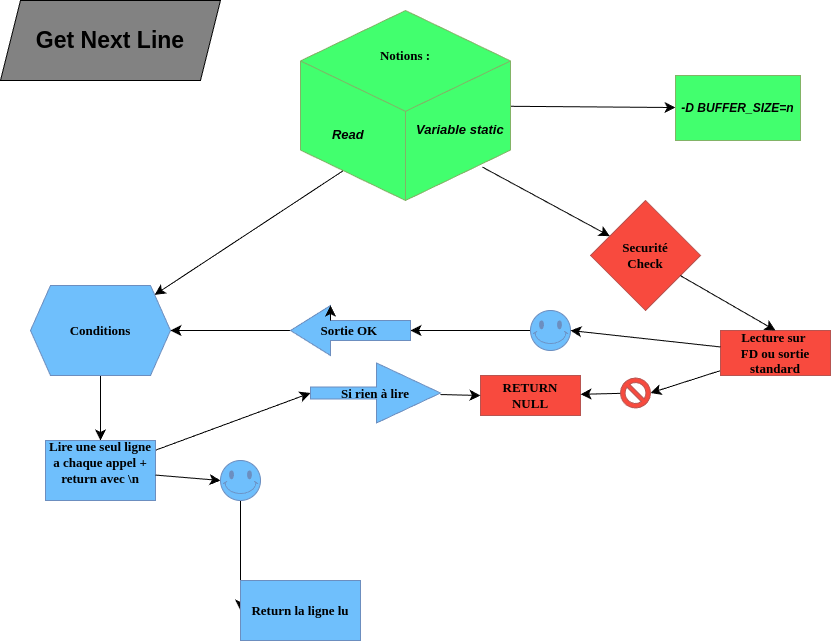
Before: getnext.drawio.png, a diagram exported from draw.io (Lyricallll/get_next_line). Source tidied: cells renumbered, new cells last; positions are measured from the earlier drawing's top-left corner, leaving out a move shared by most shapes.
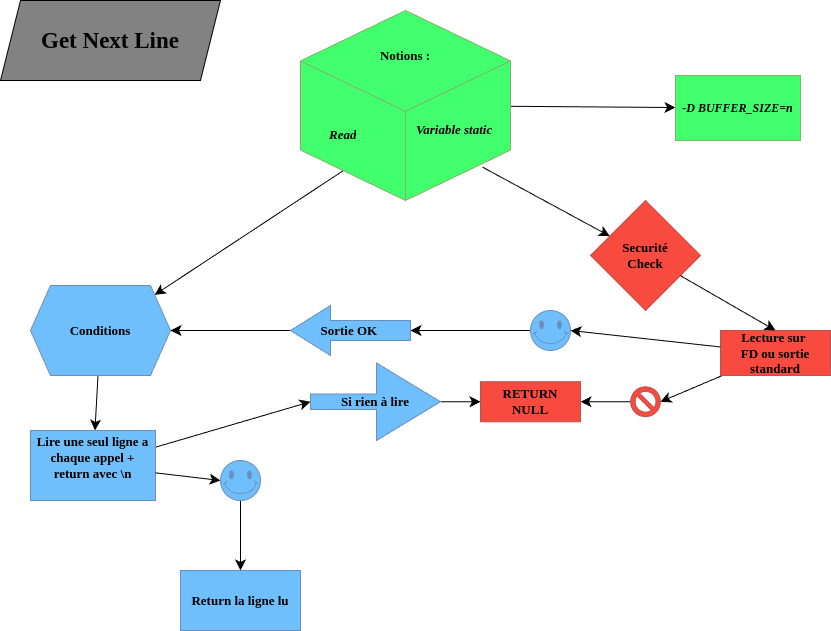
The same diagram one commit later.

What changed in the source:
```diff
@@ -2,102 +2,99 @@
   <root>
     <mxCell id="0" />
     <mxCell id="1" parent="0" />
-    <mxCell id="2" style="edgeStyle=none;curved=1;rounded=0;jettySize=auto;html=1;fontSize=12;startSize=8;endSize=8;exitX=0.866;exitY=0.824;exitDx=0;exitDy=0;exitPerimeter=0;" parent="1" edge="1" source="9" target="5">
+    <mxCell id="2" style="edgeStyle=none;curved=1;rounded=0;jettySize=auto;html=1;fontSize=12;startSize=8;endSize=8;exitX=0.866;exitY=0.824;exitDx=0;exitDy=0;exitPerimeter=0;fontFamily=Lucida Console;" parent="1" edge="1" source="9" target="5">
       <mxGeometry relative="1" as="geometry" />
     </mxCell>
-    <mxCell id="3" style="edgeStyle=none;curved=1;rounded=0;jettySize=auto;html=1;fontSize=12;startSize=8;endSize=8;exitX=0.224;exitY=0.828;exitDx=0;exitDy=0;exitPerimeter=0;" parent="1" edge="1" source="9" target="7">
+    <mxCell id="3" style="edgeStyle=none;curved=1;rounded=0;jettySize=auto;html=1;fontSize=12;startSize=8;endSize=8;exitX=0.224;exitY=0.828;exitDx=0;exitDy=0;exitPerimeter=0;fontFamily=Lucida Console;" parent="1" edge="1" source="9" target="7">
       <mxGeometry relative="1" as="geometry" />
     </mxCell>
-    <mxCell id="4" value="Get Next Line" style="shape=parallelogram;perimeter=parallelogramPerimeter;whiteSpace=wrap;html=1;fixedSize=1;fontStyle=1;fontSize=23;fillColor=#828282;" parent="1" vertex="1">
+    <mxCell id="4" value="Get Next Line" style="shape=parallelogram;perimeter=parallelogramPerimeter;whiteSpace=wrap;html=1;fixedSize=1;fontStyle=1;fontSize=23;fillColor=#828282;fontFamily=Lucida Console;" parent="1" vertex="1">
       <mxGeometry width="220" height="80" as="geometry" />
     </mxCell>
-    <mxCell id="5" value="Securité&lt;div&gt;Check&lt;/div&gt;" style="rhombus;whiteSpace=wrap;html=1;fontSize=13;fontFamily=Verdana;verticalAlign=middle;fillColor=#F84A3E;fontStyle=1;startSize=26;swimlaneFillColor=#ffffff;rounded=0;shadow=0;comic=0;labelBackgroundColor=none;strokeWidth=1;strokeColor=#b85450;" parent="1" vertex="1">
+    <mxCell id="5" value="Securité&lt;div&gt;Check&lt;/div&gt;" style="rhombus;whiteSpace=wrap;html=1;fontSize=13;fontFamily=Lucida Console;verticalAlign=middle;fillColor=#F84A3E;fontStyle=1;startSize=26;swimlaneFillColor=#ffffff;rounded=0;shadow=0;comic=0;labelBackgroundColor=none;strokeWidth=1;strokeColor=#b85450;" parent="1" vertex="1">
       <mxGeometry x="590" y="200" width="110" height="110" as="geometry" />
     </mxCell>
-    <mxCell id="6" style="edgeStyle=none;curved=1;rounded=0;jettySize=auto;html=1;fontSize=12;startSize=8;endSize=8;" parent="1" edge="1" source="7" target="15">
+    <mxCell id="6" style="edgeStyle=none;curved=1;rounded=0;jettySize=auto;html=1;fontSize=12;startSize=8;endSize=8;fontFamily=Lucida Console;" parent="1" edge="1" source="7" target="15">
       <mxGeometry relative="1" as="geometry" />
     </mxCell>
-    <mxCell id="7" value="Conditions" style="shape=hexagon;perimeter=hexagonPerimeter2;whiteSpace=wrap;html=1;fixedSize=1;fontSize=13;fontFamily=Verdana;verticalAlign=middle;fillColor=#6FBFFC;fontStyle=1;startSize=26;swimlaneFillColor=#ffffff;rounded=0;shadow=0;comic=0;labelBackgroundColor=none;strokeWidth=1;strokeColor=#6c8ebf;" parent="1" vertex="1">
+    <mxCell id="7" value="Conditions" style="shape=hexagon;perimeter=hexagonPerimeter2;whiteSpace=wrap;html=1;fixedSize=1;fontSize=13;fontFamily=Lucida Console;verticalAlign=middle;fillColor=#6FBFFC;fontStyle=1;startSize=26;swimlaneFillColor=#ffffff;rounded=0;shadow=0;comic=0;labelBackgroundColor=none;strokeWidth=1;strokeColor=#6c8ebf;" parent="1" vertex="1">
       <mxGeometry x="30" y="285" width="140" height="90" as="geometry" />
     </mxCell>
-    <mxCell id="8" style="edgeStyle=none;curved=1;rounded=0;jettySize=auto;html=1;fontSize=12;startSize=8;endSize=8;" parent="1" edge="1" source="9" target="23">
+    <mxCell id="8" style="edgeStyle=none;curved=1;rounded=0;jettySize=auto;html=1;fontSize=12;startSize=8;endSize=8;fontFamily=Lucida Console;" parent="1" edge="1" source="9" target="23">
       <mxGeometry relative="1" as="geometry" />
     </mxCell>
-    <mxCell id="9" value="&lt;div&gt;&lt;span style=&quot;font-family: Verdana; font-size: 13px; font-weight: 700; text-wrap: nowrap; background-color: initial;&quot;&gt;&lt;br&gt;&lt;/span&gt;&lt;/div&gt;&lt;div&gt;&lt;span style=&quot;font-family: Verdana; font-size: 13px; font-weight: 700; text-wrap: nowrap; background-color: initial;&quot;&gt;&lt;br&gt;&lt;/span&gt;&lt;/div&gt;&lt;div&gt;&lt;span style=&quot;font-family: Verdana; font-size: 13px; font-weight: 700; text-wrap: nowrap; background-color: initial;&quot;&gt;Notions :&lt;/span&gt;&lt;br&gt;&lt;/div&gt;&lt;div&gt;&lt;span style=&quot;font-family: Verdana; font-size: 13px; font-weight: 700; text-wrap: nowrap; background-color: initial;&quot;&gt;&lt;br&gt;&lt;/span&gt;&lt;/div&gt;&lt;div&gt;&lt;span style=&quot;font-family: Verdana; font-size: 13px; font-weight: 700; text-wrap: nowrap; background-color: initial;&quot;&gt;&lt;br&gt;&lt;/span&gt;&lt;/div&gt;&lt;div&gt;&lt;br&gt;&lt;/div&gt;&lt;div style=&quot;text-align: left;&quot;&gt;&lt;br&gt;&lt;/div&gt;" style="html=1;whiteSpace=wrap;shape=isoCube2;backgroundOutline=1;isoAngle=15;verticalAlign=top;fillColor=#42FF6E;strokeColor=#82b366;" parent="1" vertex="1">
+    <mxCell id="9" value="&lt;div&gt;&lt;span style=&quot;font-size: 13px; font-weight: 700; text-wrap: nowrap; background-color: initial;&quot;&gt;&lt;br&gt;&lt;/span&gt;&lt;/div&gt;&lt;div&gt;&lt;span style=&quot;font-size: 13px; font-weight: 700; text-wrap: nowrap; background-color: initial;&quot;&gt;&lt;br&gt;&lt;/span&gt;&lt;/div&gt;&lt;div&gt;&lt;span style=&quot;font-size: 13px; font-weight: 700; text-wrap: nowrap; background-color: initial;&quot;&gt;Notions :&lt;/span&gt;&lt;br&gt;&lt;/div&gt;&lt;div&gt;&lt;span style=&quot;font-size: 13px; font-weight: 700; text-wrap: nowrap; background-color: initial;&quot;&gt;&lt;br&gt;&lt;/span&gt;&lt;/div&gt;&lt;div&gt;&lt;span style=&quot;font-size: 13px; font-weight: 700; text-wrap: nowrap; background-color: initial;&quot;&gt;&lt;br&gt;&lt;/span&gt;&lt;/div&gt;&lt;div&gt;&lt;br&gt;&lt;/div&gt;&lt;div style=&quot;text-align: left;&quot;&gt;&lt;br&gt;&lt;/div&gt;" style="html=1;whiteSpace=wrap;shape=isoCube2;backgroundOutline=1;isoAngle=15;verticalAlign=top;fillColor=#42FF6E;strokeColor=#82b366;fontFamily=Lucida Console;" parent="1" vertex="1">
       <mxGeometry x="300" y="10" width="210" height="190" as="geometry" />
     </mxCell>
-    <mxCell id="10" value="&amp;nbsp; &amp;nbsp; &amp;nbsp; &amp;nbsp; Read" style="text;html=1;strokeColor=none;fillColor=none;align=left;verticalAlign=top;spacingLeft=1;spacingRight=4;whiteSpace=wrap;overflow=hidden;fontStyle=3;fontSize=13;spacingBottom=0;flipV=0;flipH=0;direction=west;" parent="1" vertex="1">
+    <mxCell id="10" value="&amp;nbsp; &amp;nbsp; &amp;nbsp; &amp;nbsp; Read" style="text;html=1;strokeColor=none;fillColor=none;align=left;verticalAlign=top;spacingLeft=1;spacingRight=4;whiteSpace=wrap;overflow=hidden;fontStyle=3;fontSize=13;spacingBottom=0;flipV=0;flipH=0;direction=west;fontFamily=Lucida Console;" parent="1" vertex="1">
       <mxGeometry x="300" y="120" width="110" height="30" as="geometry" />
     </mxCell>
-    <mxCell id="11" value="Variable static&lt;div&gt;&lt;span style=&quot;white-space: pre;&quot;&gt;&#9;&lt;/span&gt;&lt;span style=&quot;white-space: pre;&quot;&gt;&#9;&lt;/span&gt;&lt;br&gt;&lt;/div&gt;" style="text;html=1;strokeColor=none;fillColor=none;align=left;verticalAlign=top;spacingLeft=4;spacingRight=4;whiteSpace=wrap;overflow=hidden;fontStyle=3;fontSize=13;" parent="1" vertex="1">
+    <mxCell id="11" value="Variable static&lt;div&gt;&lt;span style=&quot;white-space: pre;&quot;&gt;&#9;&lt;/span&gt;&lt;span style=&quot;white-space: pre;&quot;&gt;&#9;&lt;/span&gt;&lt;br&gt;&lt;/div&gt;" style="text;html=1;strokeColor=none;fillColor=none;align=left;verticalAlign=top;spacingLeft=4;spacingRight=4;whiteSpace=wrap;overflow=hidden;fontStyle=3;fontSize=13;fontFamily=Lucida Console;" parent="1" vertex="1">
       <mxGeometry x="410" y="115" width="100" height="40" as="geometry" />
     </mxCell>
-    <mxCell id="12" value="RETURN&lt;div&gt;&lt;span style=&quot;background-color: initial;&quot;&gt;NULL&lt;/span&gt;&lt;br&gt;&lt;/div&gt;" style="rounded=0;whiteSpace=wrap;html=1;fontSize=13;fontFamily=Verdana;fillColor=#F84A3E;strokeColor=#b85450;fontStyle=1;startSize=26;swimlaneFillColor=#ffffff;shadow=0;comic=0;labelBackgroundColor=none;strokeWidth=1;align=center;verticalAlign=middle;fontColor=default;" parent="1" vertex="1">
-      <mxGeometry x="480" y="375" width="100" height="40" as="geometry" />
+    <mxCell id="12" value="RETURN&lt;div&gt;&lt;span style=&quot;background-color: initial;&quot;&gt;NULL&lt;/span&gt;&lt;br&gt;&lt;/div&gt;" style="rounded=0;whiteSpace=wrap;html=1;fontSize=13;fontFamily=Lucida Console;fillColor=#F84A3E;strokeColor=#b85450;fontStyle=1;startSize=26;swimlaneFillColor=#ffffff;shadow=0;comic=0;labelBackgroundColor=none;strokeWidth=1;align=center;verticalAlign=middle;fontColor=default;" parent="1" vertex="1">
+      <mxGeometry x="480" y="381.2" width="100" height="40" as="geometry" />
     </mxCell>
-    <mxCell id="13" style="edgeStyle=none;curved=1;rounded=0;jettySize=auto;html=1;fontSize=12;startSize=8;endSize=8;entryX=0;entryY=0.5;entryDx=0;entryDy=0;entryPerimeter=0;" parent="1" edge="1" source="15" target="17">
+    <mxCell id="13" style="edgeStyle=none;curved=1;rounded=0;jettySize=auto;html=1;fontSize=12;startSize=8;endSize=8;entryX=0;entryY=0.5;entryDx=0;entryDy=0;entryPerimeter=0;fontFamily=Lucida Console;" parent="1" edge="1" source="15" target="17">
       <mxGeometry relative="1" as="geometry" />
     </mxCell>
-    <mxCell id="14" style="edgeStyle=none;curved=1;rounded=0;jettySize=auto;html=1;entryX=0;entryY=0.5;entryDx=0;entryDy=0;fontSize=12;startSize=8;endSize=8;" parent="1" edge="1" source="31" target="18">
+    <mxCell id="14" style="edgeStyle=none;curved=1;rounded=0;jettySize=auto;html=1;entryX=0.5;entryY=0;entryDx=0;entryDy=0;fontSize=12;startSize=8;endSize=8;fontFamily=Lucida Console;" parent="1" edge="1" source="31" target="18">
       <mxGeometry relative="1" as="geometry" />
     </mxCell>
-    <mxCell id="15" value="Lire une seul ligne a chaque app&lt;span style=&quot;background-color: initial;&quot;&gt;el +&lt;/span&gt;&lt;div&gt;return avec \n&lt;br&gt;&lt;div&gt;&lt;div&gt;&lt;br&gt;&lt;/div&gt;&lt;/div&gt;&lt;/div&gt;" style="whiteSpace=wrap;html=1;fontSize=13;fontFamily=Verdana;fillColor=#6FBFFC;strokeColor=#6c8ebf;fontStyle=1;startSize=26;swimlaneFillColor=#ffffff;rounded=0;shadow=0;comic=0;labelBackgroundColor=none;strokeWidth=1;verticalAlign=middle;align=center;fontColor=default;" parent="1" vertex="1">
-      <mxGeometry x="45" y="440" width="110" height="60" as="geometry" />
+    <mxCell id="15" value="Lire une seul ligne a chaque app&lt;span style=&quot;background-color: initial;&quot;&gt;el +&lt;/span&gt;&lt;div&gt;return avec \n&lt;br&gt;&lt;div&gt;&lt;div&gt;&lt;br&gt;&lt;/div&gt;&lt;/div&gt;&lt;/div&gt;" style="whiteSpace=wrap;html=1;fontSize=13;fontFamily=Lucida Console;fillColor=#6FBFFC;strokeColor=#6c8ebf;fontStyle=1;startSize=26;swimlaneFillColor=#ffffff;rounded=0;shadow=0;comic=0;labelBackgroundColor=none;strokeWidth=1;verticalAlign=middle;align=center;fontColor=default;" parent="1" vertex="1">
+      <mxGeometry x="30" y="430" width="125" height="70" as="geometry" />
     </mxCell>
-    <mxCell id="16" style="edgeStyle=none;curved=1;rounded=0;jettySize=auto;html=1;entryX=0;entryY=0.5;entryDx=0;entryDy=0;fontSize=12;startSize=8;endSize=8;" parent="1" edge="1" source="17" target="12">
+    <mxCell id="16" style="edgeStyle=none;curved=1;rounded=0;jettySize=auto;html=1;entryX=0;entryY=0.5;entryDx=0;entryDy=0;fontSize=12;startSize=8;endSize=8;fontFamily=Lucida Console;" parent="1" edge="1" source="17" target="12">
       <mxGeometry relative="1" as="geometry" />
     </mxCell>
-    <mxCell id="17" value="Si rien à lire" style="shape=singleArrow;whiteSpace=wrap;html=1;arrowWidth=0.2;arrowSize=0.49230769230769234;fontSize=13;fontFamily=Verdana;verticalAlign=middle;fillColor=#6FBFFC;strokeColor=#6c8ebf;fontStyle=1;startSize=26;swimlaneFillColor=#ffffff;rounded=0;shadow=0;comic=0;labelBackgroundColor=none;strokeWidth=1;align=center;fontColor=default;" parent="1" vertex="1">
-      <mxGeometry x="310" y="362.5" width="130" height="60" as="geometry" />
+    <mxCell id="17" value="Si rien à lire" style="shape=singleArrow;whiteSpace=wrap;html=1;arrowWidth=0.2;arrowSize=0.49230769230769234;fontSize=13;fontFamily=Lucida Console;verticalAlign=middle;fillColor=#6FBFFC;strokeColor=#6c8ebf;fontStyle=1;startSize=26;swimlaneFillColor=#ffffff;rounded=0;shadow=0;comic=0;labelBackgroundColor=none;strokeWidth=1;align=center;fontColor=default;" parent="1" vertex="1">
+      <mxGeometry x="310" y="362.5" width="130" height="77.5" as="geometry" />
     </mxCell>
-    <mxCell id="18" value="Return la ligne lu" style="whiteSpace=wrap;html=1;fontSize=13;fontFamily=Verdana;fillColor=#6FBFFC;strokeColor=#6c8ebf;fontStyle=1;startSize=26;swimlaneFillColor=#ffffff;rounded=0;shadow=0;comic=0;labelBackgroundColor=none;strokeWidth=1;align=center;verticalAlign=middle;fontColor=default;" parent="1" vertex="1">
-      <mxGeometry x="240" y="580" width="120" height="60" as="geometry" />
+    <mxCell id="18" value="Return la ligne lu" style="whiteSpace=wrap;html=1;fontSize=13;fontFamily=Lucida Console;fillColor=#6FBFFC;strokeColor=#6c8ebf;fontStyle=1;startSize=26;swimlaneFillColor=#ffffff;rounded=0;shadow=0;comic=0;labelBackgroundColor=none;strokeWidth=1;align=center;verticalAlign=middle;fontColor=default;" parent="1" vertex="1">
+      <mxGeometry x="180" y="570" width="120" height="60" as="geometry" />
     </mxCell>
-    <mxCell id="19" style="edgeStyle=none;curved=1;rounded=0;jettySize=auto;html=1;fontSize=12;startSize=8;endSize=8;" parent="1" edge="1" source="28" target="12">
+    <mxCell id="19" style="edgeStyle=none;curved=1;rounded=0;jettySize=auto;html=1;fontSize=12;startSize=8;endSize=8;fontFamily=Lucida Console;" parent="1" edge="1" source="28" target="12">
       <mxGeometry relative="1" as="geometry" />
     </mxCell>
-    <mxCell id="20" style="edgeStyle=none;curved=1;rounded=0;jettySize=auto;html=1;fontSize=12;startSize=8;endSize=8;entryX=0;entryY=0.5;entryDx=0;entryDy=0;entryPerimeter=0;" parent="1" edge="1" source="32" target="27">
+    <mxCell id="20" style="edgeStyle=none;curved=1;rounded=0;jettySize=auto;html=1;fontSize=12;startSize=8;endSize=8;entryX=0;entryY=0.5;entryDx=0;entryDy=0;entryPerimeter=0;fontFamily=Lucida Console;" parent="1" edge="1" source="32" target="27">
       <mxGeometry relative="1" as="geometry" />
     </mxCell>
-    <mxCell id="21" style="edgeStyle=none;curved=1;rounded=0;jettySize=auto;html=1;fontSize=12;startSize=8;endSize=8;entryX=1;entryY=0.5;entryDx=0;entryDy=0;entryPerimeter=0;" parent="1" edge="1" source="22" target="28">
+    <mxCell id="21" style="edgeStyle=none;curved=1;rounded=0;jettySize=auto;html=1;fontSize=12;startSize=8;endSize=8;entryX=1;entryY=0.5;entryDx=0;entryDy=0;entryPerimeter=0;fontFamily=Lucida Console;" parent="1" edge="1" source="22" target="28">
       <mxGeometry relative="1" as="geometry" />
     </mxCell>
-    <mxCell id="22" value="Lecture sur&amp;nbsp;&lt;div&gt;FD ou sortie standard&lt;/div&gt;" style="whiteSpace=wrap;html=1;fontSize=13;fontFamily=Verdana;fillColor=#F84A3E;strokeColor=#b85450;fontStyle=1;startSize=26;swimlaneFillColor=#ffffff;rounded=0;shadow=0;comic=0;labelBackgroundColor=none;strokeWidth=1;align=center;verticalAlign=middle;fontColor=default;" parent="1" vertex="1">
+    <mxCell id="22" value="Lecture sur&amp;nbsp;&lt;div&gt;FD ou sortie standard&lt;/div&gt;" style="whiteSpace=wrap;html=1;fontSize=13;fontFamily=Lucida Console;fillColor=#F84A3E;strokeColor=#b85450;fontStyle=1;startSize=26;swimlaneFillColor=#ffffff;rounded=0;shadow=0;comic=0;labelBackgroundColor=none;strokeWidth=1;align=center;verticalAlign=middle;fontColor=default;" parent="1" vertex="1">
       <mxGeometry x="720" y="330" width="110" height="45" as="geometry" />
     </mxCell>
-    <mxCell id="23" value="-D BUFFER_SIZE=n" style="whiteSpace=wrap;html=1;verticalAlign=middle;fillColor=#42FF6E;strokeColor=#82b366;fontStyle=3;fillStyle=auto;strokeWidth=1;perimeterSpacing=0;glass=0;rounded=0;shadow=0;align=center;fontFamily=Helvetica;fontSize=12;fontColor=default;" parent="1" vertex="1">
+    <mxCell id="23" value="-D BUFFER_SIZE=n" style="whiteSpace=wrap;html=1;verticalAlign=middle;fillColor=#42FF6E;strokeColor=#82b366;fontStyle=3;fillStyle=auto;strokeWidth=1;perimeterSpacing=0;glass=0;rounded=0;shadow=0;align=center;fontFamily=Lucida Console;fontSize=12;fontColor=default;" parent="1" vertex="1">
       <mxGeometry x="675" y="75" width="125" height="65" as="geometry" />
     </mxCell>
-    <mxCell id="24" style="edgeStyle=none;curved=1;rounded=0;jettySize=auto;html=1;fontSize=12;startSize=8;endSize=8;entryX=0.5;entryY=0;entryDx=0;entryDy=0;" parent="1" edge="1" source="5" target="22">
+    <mxCell id="24" style="edgeStyle=none;curved=1;rounded=0;jettySize=auto;html=1;fontSize=12;startSize=8;endSize=8;entryX=0.5;entryY=0;entryDx=0;entryDy=0;strokeColor=default;fontFamily=Lucida Console;" parent="1" edge="1" source="5" target="22">
       <mxGeometry relative="1" as="geometry" />
     </mxCell>
-    <mxCell id="25" style="edgeStyle=none;curved=1;rounded=0;jettySize=auto;html=1;fontSize=12;startSize=8;endSize=8;entryX=1;entryY=0.5;entryDx=0;entryDy=0;" parent="1" edge="1" target="7">
+    <mxCell id="25" style="edgeStyle=none;curved=1;rounded=0;jettySize=auto;html=1;fontSize=12;startSize=8;endSize=8;entryX=1;entryY=0.5;entryDx=0;entryDy=0;fontFamily=Lucida Console;" parent="1" edge="1" target="7">
       <mxGeometry relative="1" as="geometry">
         <mxPoint x="290" y="330" as="sourcePoint" />
       </mxGeometry>
     </mxCell>
-    <mxCell id="26" style="edgeStyle=none;curved=1;rounded=0;jettySize=auto;html=1;fontSize=12;startSize=8;endSize=8;" parent="1" edge="1" source="27" target="7">
+    <mxCell id="26" style="edgeStyle=none;curved=1;rounded=0;jettySize=auto;html=1;fontSize=12;startSize=8;endSize=8;fontFamily=Lucida Console;" parent="1" edge="1" source="27" target="7">
       <mxGeometry relative="1" as="geometry" />
     </mxCell>
-    <mxCell id="27" value="Sortie&lt;span style=&quot;background-color: initial;&quot;&gt;&amp;nbsp;OK&amp;nbsp;&lt;/span&gt;" style="html=1;shadow=0;dashed=0;align=center;verticalAlign=middle;shape=mxgraph.arrows2.arrow;dy=0.6;dx=40;flipH=1;notch=0;fillColor=#6FBFFC;strokeColor=#6c8ebf;fontStyle=1;fontSize=13;rounded=0;comic=0;strokeWidth=1;swimlaneFillColor=#ffffff;fontFamily=Verdana;fontColor=default;labelBackgroundColor=none;" parent="1" vertex="1">
+    <mxCell id="27" value="Sortie&lt;span style=&quot;background-color: initial;&quot;&gt;&amp;nbsp;OK&amp;nbsp;&lt;/span&gt;" style="html=1;shadow=0;dashed=0;align=center;verticalAlign=middle;shape=mxgraph.arrows2.arrow;dy=0.6;dx=40;flipH=1;notch=0;fillColor=#6FBFFC;strokeColor=#6c8ebf;fontStyle=1;fontSize=13;rounded=0;comic=0;strokeWidth=1;swimlaneFillColor=#ffffff;fontFamily=Lucida Console;fontColor=default;labelBackgroundColor=none;" parent="1" vertex="1">
       <mxGeometry x="290" y="305" width="120" height="50" as="geometry" />
     </mxCell>
-    <mxCell id="28" style="verticalLabelPosition=bottom;verticalAlign=middle;html=1;shape=mxgraph.basic.no_symbol;fillColor=#F84A3E;strokeColor=#b85450;rounded=0;shadow=0;comic=0;strokeWidth=1;align=center;swimlaneFillColor=#ffffff;fontFamily=Verdana;fontSize=13;fontColor=default;fontStyle=1;labelBackgroundColor=none;" parent="1" vertex="1">
-      <mxGeometry x="620" y="377.5" width="30" height="30" as="geometry" />
+    <mxCell id="28" style="verticalLabelPosition=bottom;verticalAlign=middle;html=1;shape=mxgraph.basic.no_symbol;fillColor=#F84A3E;strokeColor=#b85450;rounded=0;shadow=0;comic=0;strokeWidth=1;align=center;swimlaneFillColor=#ffffff;fontFamily=Lucida Console;fontSize=13;fontColor=default;fontStyle=1;labelBackgroundColor=none;" parent="1" vertex="1">
+      <mxGeometry x="630" y="386.2" width="30" height="30" as="geometry" />
     </mxCell>
-    <mxCell id="29" style="edgeStyle=none;curved=1;rounded=0;orthogonalLoop=1;jettySize=auto;html=1;exitX=0;exitY=0;exitDx=80;exitDy=15;exitPerimeter=0;entryX=0;entryY=0;entryDx=80;entryDy=0;entryPerimeter=0;fontSize=12;startSize=8;endSize=8;" parent="1" edge="1" source="27" target="27">
-      <mxGeometry relative="1" as="geometry" />
-    </mxCell>
-    <mxCell id="30" style="edgeStyle=none;curved=1;rounded=0;jettySize=auto;html=1;entryX=0;entryY=0.5;entryDx=0;entryDy=0;fontSize=12;startSize=8;endSize=8;" parent="1" edge="1" source="15" target="31">
+    <mxCell id="30" style="edgeStyle=none;curved=1;rounded=0;jettySize=auto;html=1;entryX=0;entryY=0.5;entryDx=0;entryDy=0;fontSize=12;startSize=8;endSize=8;fontFamily=Lucida Console;" parent="1" edge="1" source="15" target="31">
       <mxGeometry relative="1" as="geometry" />
     </mxCell>
-    <mxCell id="31" style="verticalLabelPosition=bottom;verticalAlign=middle;html=1;shape=mxgraph.basic.smiley;fillColor=#6FBFFC;strokeColor=#6c8ebf;rounded=0;shadow=0;comic=0;strokeWidth=1;align=center;swimlaneFillColor=#ffffff;fontFamily=Verdana;fontSize=13;fontColor=default;fontStyle=1;labelBackgroundColor=none;" parent="1" vertex="1">
+    <mxCell id="31" style="verticalLabelPosition=bottom;verticalAlign=middle;html=1;shape=mxgraph.basic.smiley;fillColor=#6FBFFC;strokeColor=#6c8ebf;rounded=0;shadow=0;comic=0;strokeWidth=1;align=center;swimlaneFillColor=#ffffff;fontFamily=Lucida Console;fontSize=13;fontColor=default;fontStyle=1;labelBackgroundColor=none;" parent="1" vertex="1">
       <mxGeometry x="220" y="460" width="40" height="40" as="geometry" />
     </mxCell>
-    <mxCell id="32" style="verticalLabelPosition=bottom;verticalAlign=middle;html=1;shape=mxgraph.basic.smiley;fillColor=#6FBFFC;strokeColor=#6c8ebf;rounded=0;shadow=0;comic=0;strokeWidth=1;align=center;swimlaneFillColor=#ffffff;fontFamily=Verdana;fontSize=13;fontColor=default;fontStyle=1;labelBackgroundColor=none;" parent="1" vertex="1">
+    <mxCell id="32" style="verticalLabelPosition=bottom;verticalAlign=middle;html=1;shape=mxgraph.basic.smiley;fillColor=#6FBFFC;strokeColor=#6c8ebf;rounded=0;shadow=0;comic=0;strokeWidth=1;align=center;swimlaneFillColor=#ffffff;fontFamily=Lucida Console;fontSize=13;fontColor=default;fontStyle=1;labelBackgroundColor=none;" parent="1" vertex="1">
       <mxGeometry x="530" y="310" width="40" height="40" as="geometry" />
     </mxCell>
-    <mxCell id="33" style="edgeStyle=none;curved=1;rounded=0;jettySize=auto;html=1;entryX=1;entryY=0.5;entryDx=0;entryDy=0;entryPerimeter=0;fontSize=12;startSize=8;endSize=8;" parent="1" edge="1" source="22" target="32">
+    <mxCell id="33" style="edgeStyle=none;curved=1;rounded=0;jettySize=auto;html=1;entryX=1;entryY=0.5;entryDx=0;entryDy=0;entryPerimeter=0;fontSize=12;startSize=8;endSize=8;fontFamily=Lucida Console;" parent="1" edge="1" source="22" target="32">
       <mxGeometry relative="1" as="geometry" />
     </mxCell>
   </root>
```
